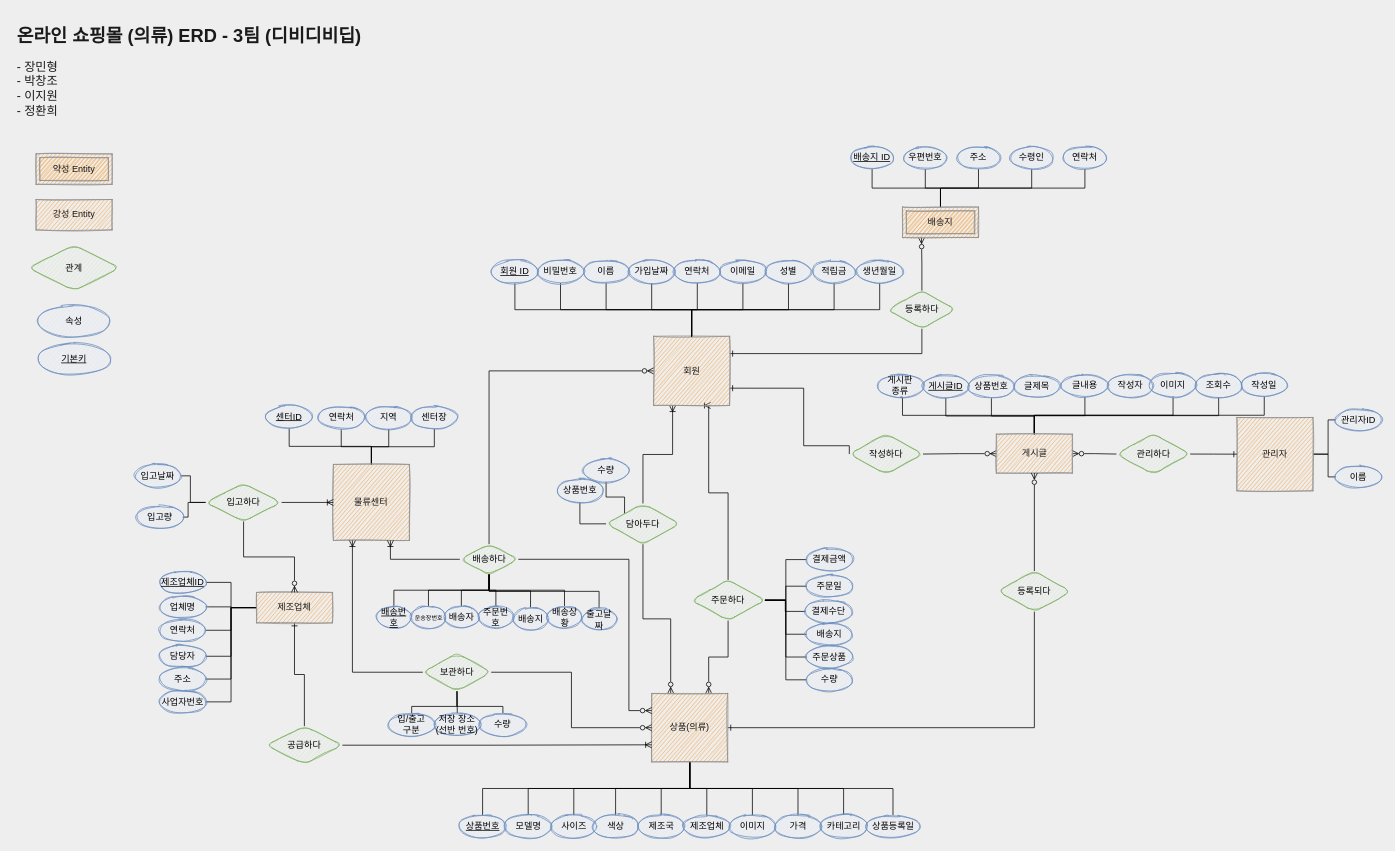
This is page "새로만든ER" (3 of 3) of Untitled Diagram.drawio from pcjo1202/DataBase-design, a draw.io file, before an edit. Source tidied: cells renumbered, new cells numbered last; positions are measured from the earlier drawing's top-left corner, leaving out a move shared by most shapes. Both pictures are drawn from the tidied source at 76%, with x=0, y=0 at pixel (13, 21).
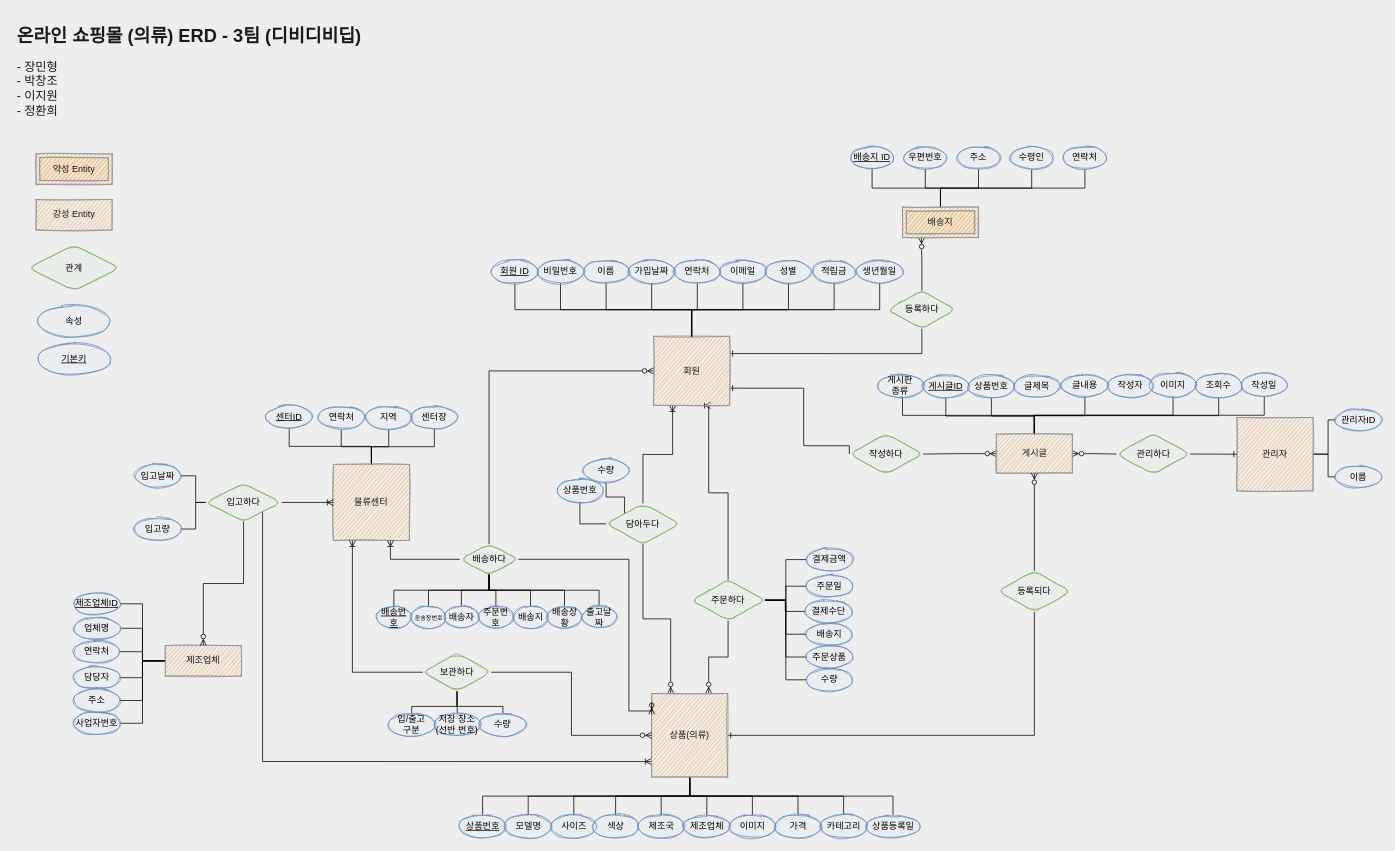
The same page after the edit.

The change refers to these unchanged cells:
```xml
<mxCell id="67" value="입고하다" style="shape=rhombus;perimeter=rhombusPerimeter;whiteSpace=wrap;html=1;align=center;fillColor=#d5e8d4;strokeColor=#82b366;sketch=1;rounded=1;" parent="1" vertex="1">
  <mxGeometry x="253" y="608.6" width="100" height="50" as="geometry" />
</mxCell>
<mxCell id="159" value="입고날짜" style="ellipse;whiteSpace=wrap;html=1;align=center;rounded=0;sketch=1;strokeColor=#6c8ebf;fillColor=#dae8fc;" parent="1" vertex="1">
  <mxGeometry x="160" y="583.6" width="60" height="30" as="geometry" />
</mxCell>
```

What changed in the source:
```diff
@@
+    <mxCell id="176" style="edgeStyle=orthogonalEdgeStyle;rounded=0;jettySize=auto;html=1;entryX=1;entryY=1;entryDx=0;entryDy=0;endArrow=none;endFill=0;exitX=1.004;exitY=0.186;exitDx=0;exitDy=0;startArrow=ERoneToMany;startFill=0;exitPerimeter=0;" parent="1" edge="1" source="42" target="67">
+      <mxGeometry relative="1" as="geometry">
+        <Array as="points">
+          <mxPoint x="328" y="974" />
+        </Array>
+      </mxGeometry>
+    </mxCell>
     <mxCell id="42" value="상품(의류)" style="whiteSpace=wrap;html=1;align=center;rounded=0;sketch=1;fontColor=#1A1A1A;strokeColor=#909090;fillColor=#F5AB50;direction=west;" parent="1" vertex="1">
-      <mxGeometry x="840" y="885" width="100" height="90" as="geometry" />
+      <mxGeometry x="840" y="885" width="100" height="110" as="geometry" />
     </mxCell>
@@
-    <mxCell id="50" style="edgeStyle=orthogonalEdgeStyle;rounded=0;jettySize=auto;html=1;exitX=0.5;exitY=1;exitDx=0;exitDy=0;entryX=0.5;entryY=0;entryDx=0;entryDy=0;startArrow=ERone;startFill=0;endArrow=none;endFill=0;" parent="1" edge="1" source="57" target="157">
-      <mxGeometry relative="1" as="geometry" />
-    </mxCell>
@@
     <mxCell id="57" value="제조업체" style="whiteSpace=wrap;html=1;align=center;rounded=0;sketch=1;fontColor=#1A1A1A;strokeColor=#909090;fillColor=#F5AB50;" parent="1" vertex="1">
-      <mxGeometry x="320" y="752" width="100" height="40" as="geometry" />
+      <mxGeometry x="200" y="822" width="100" height="40" as="geometry" />
     </mxCell>
@@
     <mxCell id="65" style="edgeStyle=orthogonalEdgeStyle;rounded=0;jettySize=auto;html=1;exitX=0;exitY=0.5;exitDx=0;exitDy=0;entryX=1;entryY=0.5;entryDx=0;entryDy=0;startArrow=none;startFill=0;endArrow=none;endFill=0;" parent="1" edge="1" source="67" target="159">
-      <mxGeometry relative="1" as="geometry" />
+      <mxGeometry relative="1" as="geometry">
+        <Array as="points">
+          <mxPoint x="240" y="634" />
+          <mxPoint x="240" y="599" />
+        </Array>
+      </mxGeometry>
     </mxCell>
-    <mxCell id="66" style="edgeStyle=orthogonalEdgeStyle;rounded=0;jettySize=auto;html=1;exitX=0;exitY=0.5;exitDx=0;exitDy=0;entryX=1;entryY=0.5;entryDx=0;entryDy=0;startArrow=none;startFill=0;endArrow=none;endFill=0;" parent="1" edge="1" source="67" target="140">
-      <mxGeometry relative="1" as="geometry">
-        <Array as="points">
-          <mxPoint x="230" y="634" />
-          <mxPoint x="230" y="653" />
-        </Array>
-      </mxGeometry>
-    </mxCell>
@@
     <mxCell id="119" value="배송지" style="ellipse;whiteSpace=wrap;html=1;align=center;rounded=0;sketch=1;strokeColor=#6c8ebf;fillColor=#dae8fc;" parent="1" vertex="1">
-      <mxGeometry x="657.8" y="771.8" width="45.5" height="29.5" as="geometry" />
+      <mxGeometry x="657.8" y="769.8" width="45.5" height="29.5" as="geometry" />
     </mxCell>
@@
+    <mxCell id="177" style="edgeStyle=orthogonalEdgeStyle;rounded=0;jettySize=auto;html=1;exitX=1;exitY=0.5;exitDx=0;exitDy=0;entryX=0;entryY=0.5;entryDx=0;entryDy=0;endArrow=none;endFill=0;" parent="1" edge="1" source="140" target="67">
+      <mxGeometry relative="1" as="geometry" />
+    </mxCell>
     <mxCell id="140" value="입고량" style="ellipse;whiteSpace=wrap;html=1;align=center;rounded=0;sketch=1;strokeColor=#6c8ebf;fillColor=#dae8fc;" parent="1" vertex="1">
-      <mxGeometry x="163" y="637.9" width="60" height="30" as="geometry" />
+      <mxGeometry x="160" y="653.6" width="60" height="30" as="geometry" />
     </mxCell>
@@
     <mxCell id="148" value="제조업체ID" style="ellipse;whiteSpace=wrap;html=1;align=center;fontStyle=4;rounded=0;sketch=1;strokeColor=#6c8ebf;fillColor=#dae8fc;" parent="1" vertex="1">
-      <mxGeometry x="193" y="723.8" width="60" height="30" as="geometry" />
+      <mxGeometry x="80" y="752" width="60" height="30" as="geometry" />
     </mxCell>
     <mxCell id="149" value="업체명" style="ellipse;whiteSpace=wrap;html=1;align=center;rounded=0;sketch=1;strokeColor=#6c8ebf;fillColor=#dae8fc;" parent="1" vertex="1">
-      <mxGeometry x="193" y="756" width="60" height="30" as="geometry" />
+      <mxGeometry x="80" y="784.2" width="60" height="30" as="geometry" />
     </mxCell>
@@
     <mxCell id="152" value="연락처" style="ellipse;whiteSpace=wrap;html=1;align=center;rounded=0;sketch=1;strokeColor=#6c8ebf;fillColor=#dae8fc;" parent="1" vertex="1">
-      <mxGeometry x="193" y="786.8" width="60" height="30" as="geometry" />
+      <mxGeometry x="80" y="815" width="60" height="30" as="geometry" />
     </mxCell>
     <mxCell id="153" value="담당자" style="ellipse;whiteSpace=wrap;html=1;align=center;rounded=0;sketch=1;strokeColor=#6c8ebf;fillColor=#dae8fc;" parent="1" vertex="1">
-      <mxGeometry x="193" y="821" width="60" height="30" as="geometry" />
+      <mxGeometry x="80" y="849.2" width="60" height="30" as="geometry" />
     </mxCell>
@@
-    <mxCell id="156" style="edgeStyle=orthogonalEdgeStyle;rounded=0;jettySize=auto;html=1;exitX=1;exitY=0.5;exitDx=0;exitDy=0;entryX=1;entryY=0.25;entryDx=0;entryDy=0;startArrow=none;startFill=0;endArrow=ERoneToMany;endFill=0;" parent="1" edge="1" source="157" target="42">
-      <mxGeometry relative="1" as="geometry" />
-    </mxCell>
-    <mxCell id="157" value="공급하다" style="shape=rhombus;perimeter=rhombusPerimeter;whiteSpace=wrap;html=1;align=center;fillColor=#d5e8d4;strokeColor=#82b366;sketch=1;rounded=1;" parent="1" vertex="1">
-      <mxGeometry x="333" y="928" width="100" height="50" as="geometry" />
-    </mxCell>
     <mxCell id="158" value="주소" style="ellipse;whiteSpace=wrap;html=1;align=center;rounded=0;sketch=1;strokeColor=#6c8ebf;fillColor=#dae8fc;" parent="1" vertex="1">
-      <mxGeometry x="193" y="851" width="60" height="30" as="geometry" />
+      <mxGeometry x="80" y="879.2" width="60" height="30" as="geometry" />
     </mxCell>
@@
     <mxCell id="167" value="출고날짜" style="ellipse;whiteSpace=wrap;html=1;align=center;rounded=0;sketch=1;strokeColor=#6c8ebf;fillColor=#dae8fc;" parent="1" vertex="1">
-      <mxGeometry x="748" y="772.8" width="45.5" height="29.5" as="geometry" />
+      <mxGeometry x="748" y="769.8" width="45.5" height="29.5" as="geometry" />
     </mxCell>
@@
     <mxCell id="174" value="사업자번호" style="ellipse;whiteSpace=wrap;html=1;align=center;rounded=0;sketch=1;strokeColor=#6c8ebf;fillColor=#dae8fc;" parent="1" vertex="1">
-      <mxGeometry x="193" y="881" width="60" height="30" as="geometry" />
+      <mxGeometry x="80" y="909.2" width="60" height="30" as="geometry" />
     </mxCell>
```
